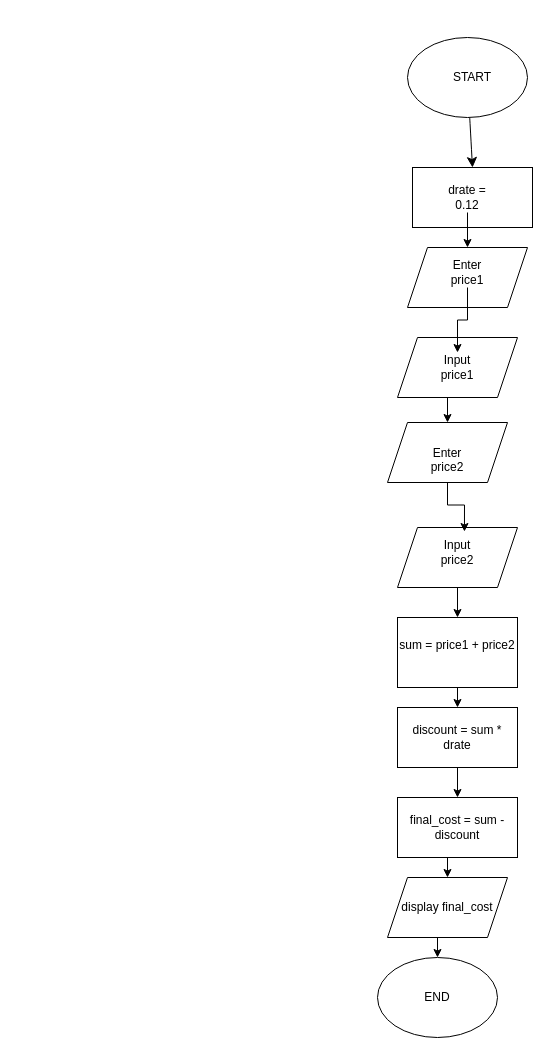
Above: Flowcharts/Untitled Diagram.drawio in ElectricDaFearox/Tougaloo-Fundemental-Programming (draw.io), before the change. Source tidied: cells renumbered, new cells numbered last; positions are measured from the earlier drawing's top-left corner, leaving out a move shared by most shapes. Both pictures are drawn from the tidied source at 100%, with x=0, y=0 at pixel (377, 37).
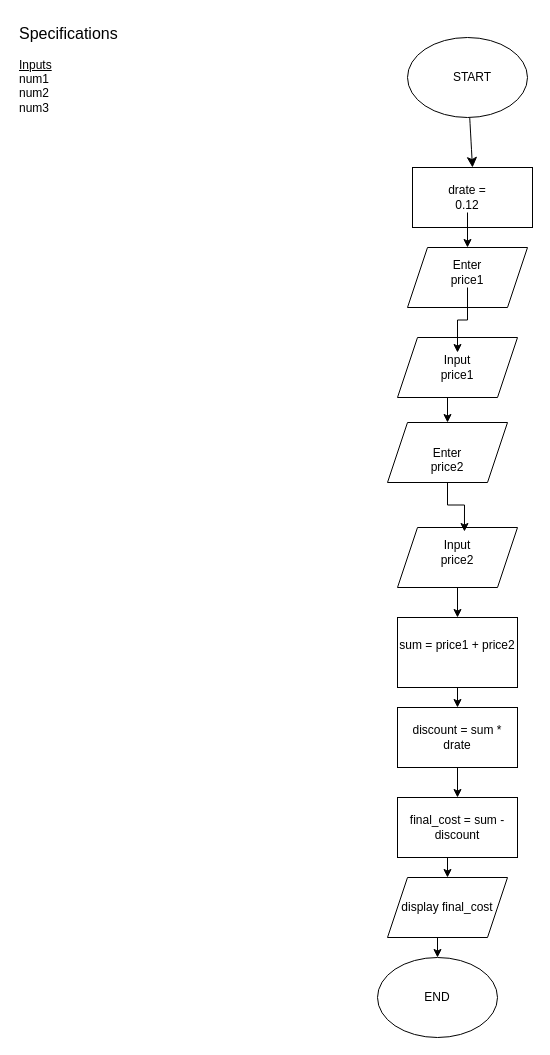
The same page after the edit.

Change to the diagram source:
```diff
@@
+    <mxCell id="29" value="&lt;font style=&quot;font-size: 16px;&quot;&gt;Specifications&lt;/font&gt;&lt;br&gt;&lt;br&gt;&lt;u&gt;Inputs&lt;br&gt;&lt;/u&gt;num1&lt;br&gt;num2&lt;br&gt;num3" style="text;html=1;whiteSpace=wrap;overflow=hidden;rounded=0;" parent="1" vertex="1">
+      <mxGeometry x="-360" y="-20" width="180" height="120" as="geometry" />
+    </mxCell>
```
